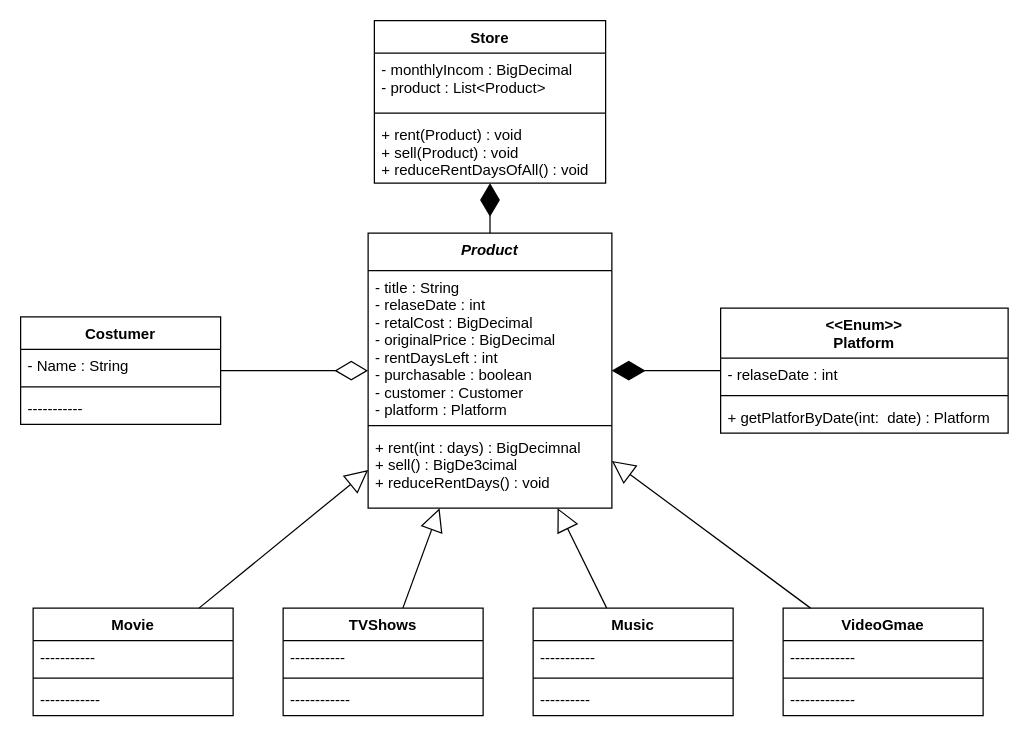
Before: PA5.drawio in Guszti9/draw, a draw.io diagram. Source tidied: cells renumbered, new cells numbered last; positions are measured from the earlier drawing's top-left corner, leaving out a move shared by most shapes. Both pictures are drawn from the tidied source at 125%, with x=0, y=0 at pixel (20, 20).
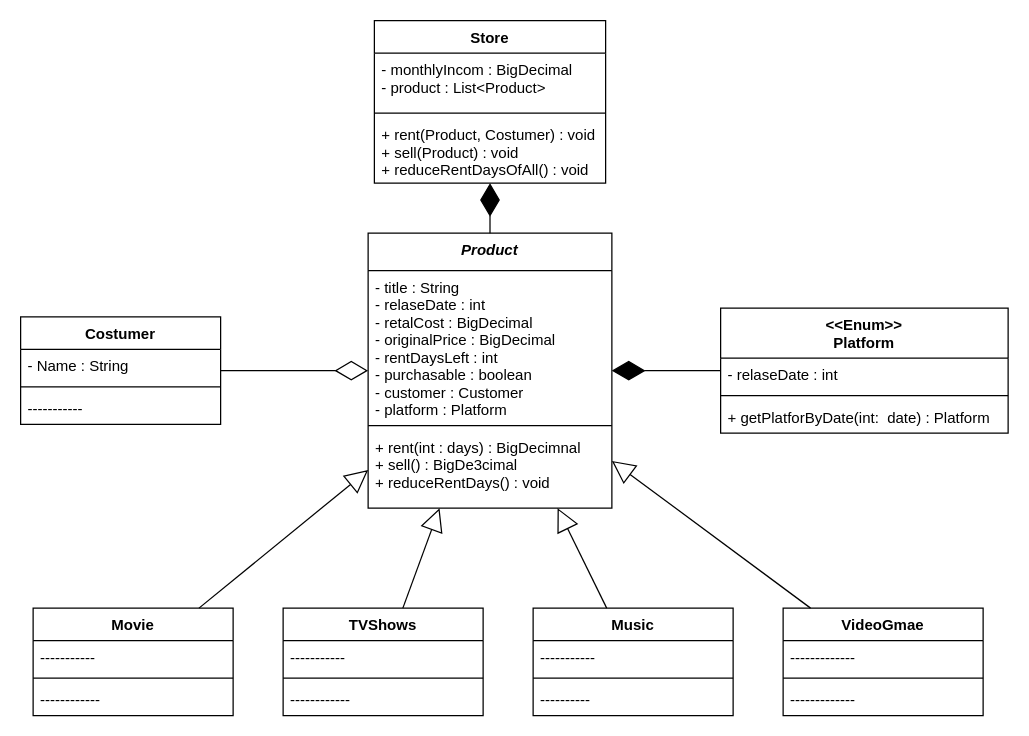
After the change.

The change refers to these unchanged cells:
```xml
<mxCell id="2" value="Store" style="swimlane;fontStyle=1;align=center;verticalAlign=top;horizontal=1;startSize=26;" parent="1" vertex="1">
  <mxGeometry x="283" width="185" height="130" as="geometry" />
</mxCell>
```

Change to the diagram source:
```diff
@@
-    <mxCell id="5" value="+ rent(Product) : void&#10;+ sell(Product) : void&#10;+ reduceRentDaysOfAll() : void&#10;" style="text;strokeColor=none;fillColor=none;align=left;verticalAlign=top;spacingLeft=4;spacingRight=4;overflow=hidden;" parent="2" vertex="1">
+    <mxCell id="5" value="+ rent(Product, Costumer) : void&#10;+ sell(Product) : void&#10;+ reduceRentDaysOfAll() : void&#10;" style="text;strokeColor=none;fillColor=none;align=left;verticalAlign=top;spacingLeft=4;spacingRight=4;overflow=hidden;" parent="2" vertex="1">
       <mxGeometry y="78" width="185" height="52" as="geometry" />
     </mxCell>
```
